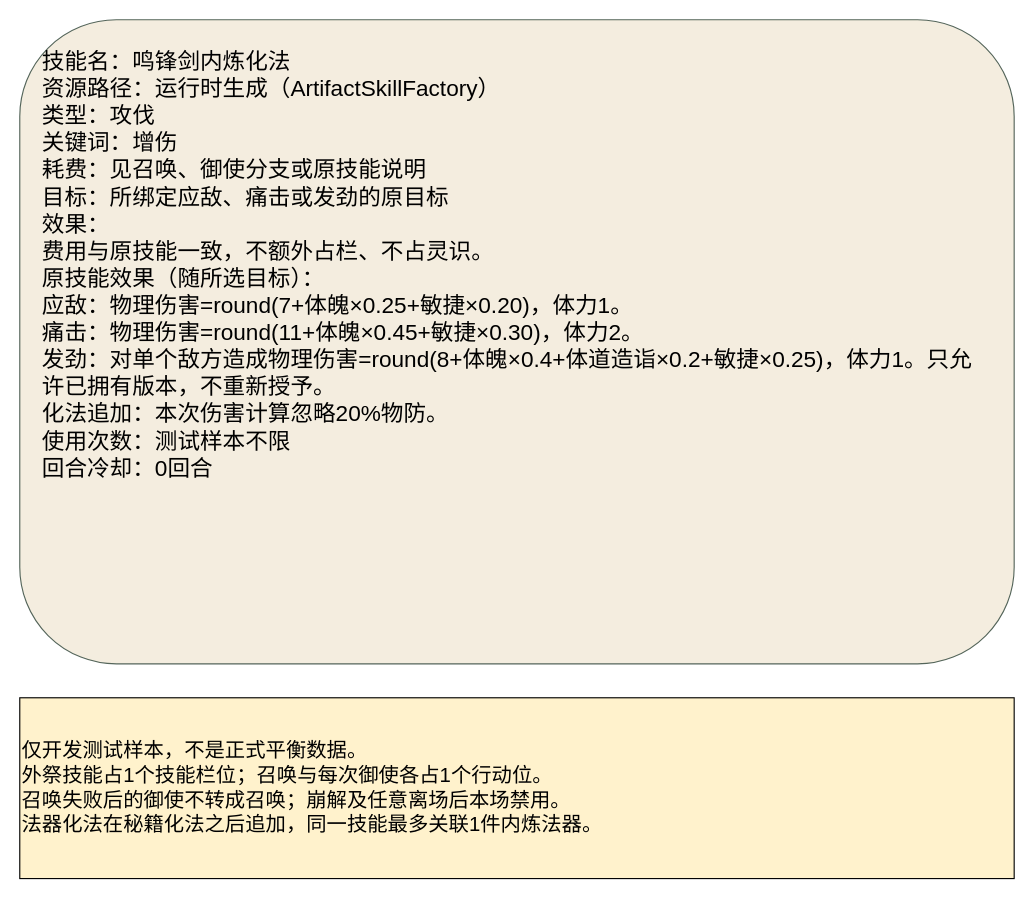
ankundanetracyc-spec/tian-guan-you-du keeps this draw.io diagram as docs/卡牌词典/法器测试/鸣锋内炼化法.drawio. Above is the earlier version. Source tidied: cells renumbered, new cells numbered last; positions are measured from the earlier drawing's top-left corner, leaving out a move shared by most shapes. Both pictures are drawn from the tidied source at 113%, with x=0, y=0 at pixel (19, 19).
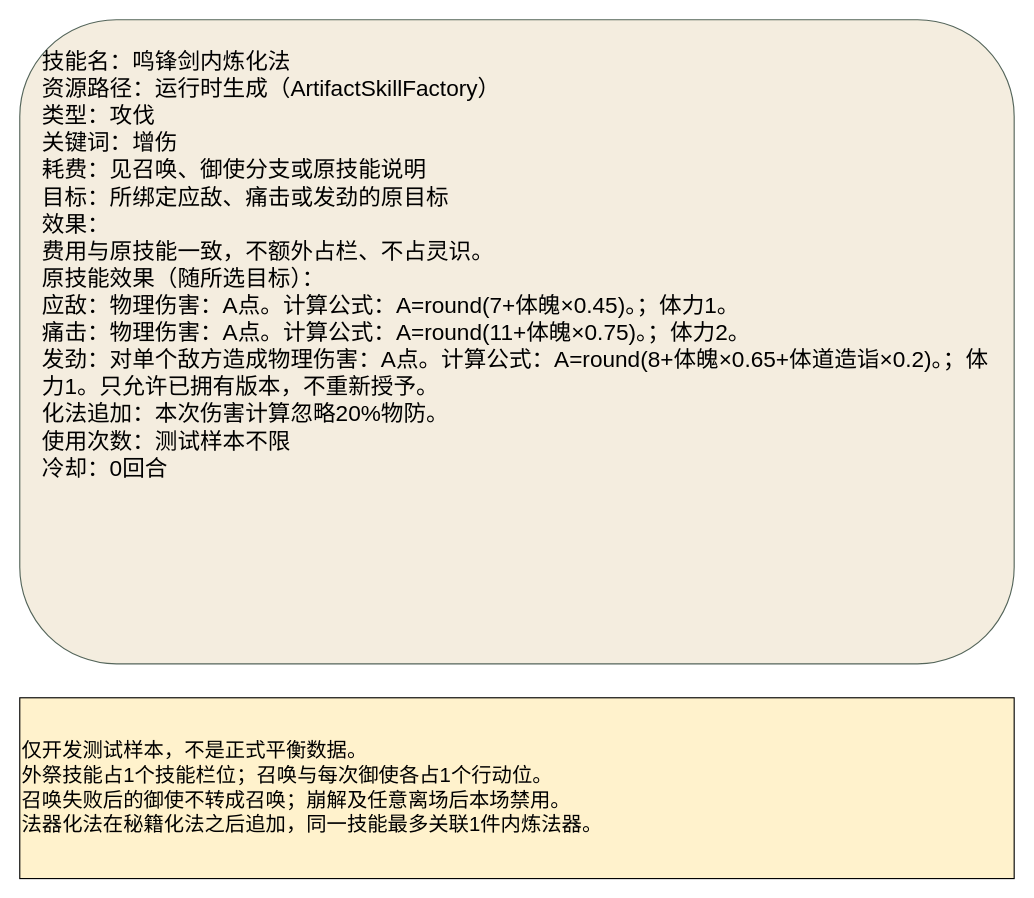
After the change.

Diff of the diagram source:
```diff
@@
 <mxGraphModel>
   <root>
     <mxCell id="0" />
     <mxCell id="1" parent="0" />
-    <mxCell id="2" value="技能名：鸣锋剑内炼化法&#10;资源路径：运行时生成（ArtifactSkillFactory）&#10;类型：攻伐&#10;关键词：增伤&#10;耗费：见召唤、御使分支或原技能说明&#10;目标：所绑定应敌、痛击或发劲的原目标&#10;效果：&#10;费用与原技能一致，不额外占栏、不占灵识。&#10;原技能效果（随所选目标）：&#10;应敌：物理伤害=round(7+体魄×0.25+敏捷×0.20)，体力1。&#10;痛击：物理伤害=round(11+体魄×0.45+敏捷×0.30)，体力2。&#10;发劲：对单个敌方造成物理伤害=round(8+体魄×0.4+体道造诣×0.2+敏捷×0.25)，体力1。只允许已拥有版本，不重新授予。&#10;化法追加：本次伤害计算忽略20%物防。&#10;使用次数：测试样本不限&#10;回合冷却：0回合" style="rounded=1;whiteSpace=wrap;html=0;align=left;verticalAlign=top;spacing=20;fontSize=20;fillColor=#f4eddf;strokeColor=#54655a;" parent="1" vertex="1">
+    <mxCell id="2" value="技能名：鸣锋剑内炼化法&#10;资源路径：运行时生成（ArtifactSkillFactory）&#10;类型：攻伐&#10;关键词：增伤&#10;耗费：见召唤、御使分支或原技能说明&#10;目标：所绑定应敌、痛击或发劲的原目标&#10;效果：&#10;费用与原技能一致，不额外占栏、不占灵识。&#10;原技能效果（随所选目标）：&#10;应敌：物理伤害：A点。计算公式：A=round(7+体魄×0.45)。；体力1。&#10;痛击：物理伤害：A点。计算公式：A=round(11+体魄×0.75)。；体力2。&#10;发劲：对单个敌方造成物理伤害：A点。计算公式：A=round(8+体魄×0.65+体道造诣×0.2)。；体力1。只允许已拥有版本，不重新授予。&#10;化法追加：本次伤害计算忽略20%物防。&#10;使用次数：测试样本不限&#10;冷却：0回合" style="rounded=1;whiteSpace=wrap;html=0;align=left;verticalAlign=top;spacing=20;fontSize=20;fillColor=#f4eddf;strokeColor=#54655a;" parent="1" vertex="1">
       <mxGeometry width="880" height="570" as="geometry" />
     </mxCell>
     <mxCell id="3" value="仅开发测试样本，不是正式平衡数据。&#10;外祭技能占1个技能栏位；召唤与每次御使各占1个行动位。&#10;召唤失败后的御使不转成召唤；崩解及任意离场后本场禁用。&#10;法器化法在秘籍化法之后追加，同一技能最多关联1件内炼法器。" style="whiteSpace=wrap;html=0;align=left;fontSize=18;fillColor=#fff2cc;" parent="1" vertex="1">
       <mxGeometry y="600" width="880" height="160" as="geometry" />
     </mxCell>
   </root>
 </mxGraphModel>
```
